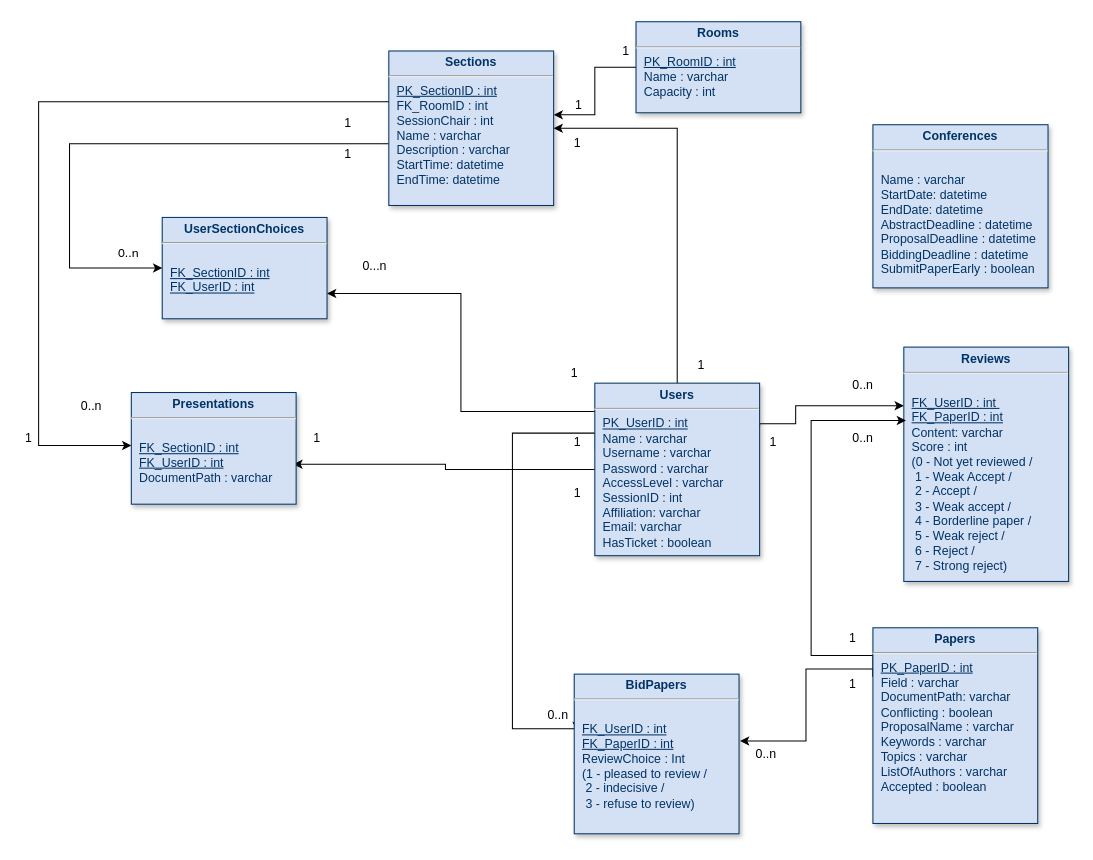
The draw.io diagram documents/drawio-files/Database Diagram.drawio in horatiu-udrea/RuntimeTerror, before the edit. Source tidied: cells renumbered, new cells numbered last; positions are measured from the earlier drawing's top-left corner, leaving out a move shared by most shapes. Both pictures are drawn from the tidied source at 103%, with x=0, y=0 at pixel (18, 22).
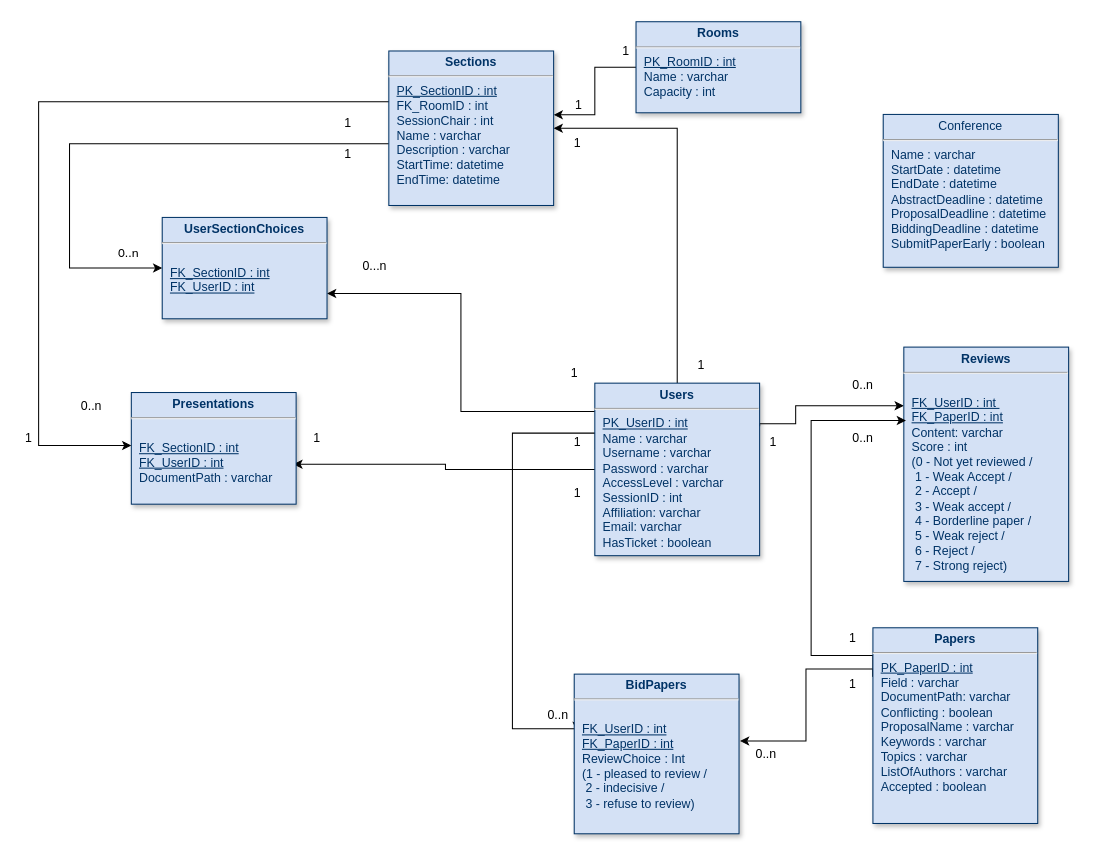
After the change.

Diff of the diagram source:
```diff
@@
-    <mxCell id="22" value="&lt;p style=&quot;margin: 4px 0px 0px ; text-align: center&quot;&gt;&lt;strong&gt;Conferences&lt;/strong&gt;&lt;/p&gt;&lt;hr&gt;&lt;p style=&quot;margin: 0px ; margin-left: 8px&quot;&gt;&lt;br&gt;&lt;/p&gt;&lt;p style=&quot;margin: 0px ; margin-left: 8px&quot;&gt;Name : varchar&lt;/p&gt;&lt;p style=&quot;margin: 0px ; margin-left: 8px&quot;&gt;StartDate: datetime&lt;/p&gt;&lt;p style=&quot;margin: 0px ; margin-left: 8px&quot;&gt;EndDate: datetime&lt;br&gt;&lt;/p&gt;&lt;p style=&quot;margin: 0px ; margin-left: 8px&quot;&gt;AbstractDeadline : datetime&lt;/p&gt;&lt;p style=&quot;margin: 0px ; margin-left: 8px&quot;&gt;ProposalDeadline : datetime&lt;/p&gt;&lt;p style=&quot;margin: 0px ; margin-left: 8px&quot;&gt;BiddingDeadline : datetime&lt;/p&gt;&lt;p style=&quot;margin: 0px ; margin-left: 8px&quot;&gt;SubmitPaperEarly : boolean&lt;/p&gt;" style="verticalAlign=top;align=left;overflow=fill;fontSize=12;fontFamily=Helvetica;html=1;strokeColor=#003366;shadow=1;fillColor=#D4E1F5;fontColor=#003366;" parent="1" vertex="1">
-      <mxGeometry x="830" y="99.6" width="170" height="158.4" as="geometry" />
-    </mxCell>
@@
+    <mxCell id="42" value="&lt;p style=&quot;margin: 4px 0px 0px ; text-align: center&quot;&gt;Conference&lt;/p&gt;&lt;hr&gt;&lt;p style=&quot;margin: 0px ; margin-left: 8px&quot;&gt;Name : varchar&lt;/p&gt;&lt;p style=&quot;margin: 0px ; margin-left: 8px&quot;&gt;StartDate : datetime&lt;/p&gt;&lt;p style=&quot;margin: 0px ; margin-left: 8px&quot;&gt;EndDate : datetime&lt;/p&gt;&lt;p style=&quot;margin: 0px ; margin-left: 8px&quot;&gt;AbstractDeadline : datetime&lt;/p&gt;&lt;p style=&quot;margin: 0px ; margin-left: 8px&quot;&gt;ProposalDeadline : datetime&lt;/p&gt;&lt;p style=&quot;margin: 0px ; margin-left: 8px&quot;&gt;BiddingDeadline : datetime&lt;/p&gt;&lt;p style=&quot;margin: 0px ; margin-left: 8px&quot;&gt;SubmitPaperEarly : boolean&lt;/p&gt;&lt;p style=&quot;margin: 0px ; margin-left: 8px&quot;&gt;&lt;br&gt;&lt;/p&gt;&lt;p style=&quot;margin: 0px ; margin-left: 8px&quot;&gt;&lt;br&gt;&lt;/p&gt;" style="verticalAlign=top;align=left;overflow=fill;fontSize=12;fontFamily=Helvetica;html=1;strokeColor=#003366;shadow=1;fillColor=#D4E1F5;fontColor=#003366;" parent="1" vertex="1">
+      <mxGeometry x="840" y="89.6" width="170" height="148.4" as="geometry" />
+    </mxCell>
```
